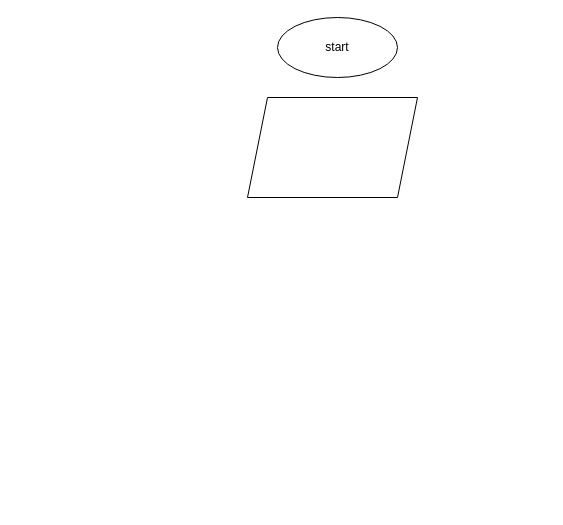
The draw.io diagram Home_Work/FinalTestWork/algoritm.drawio in Nikpell/C_-_Seminar_and_HomeWork, before the edit. Source tidied: cells renumbered, new cells numbered last; positions are measured from the earlier drawing's top-left corner, leaving out a move shared by most shapes. Both pictures are drawn from the tidied source at 100%, with x=0, y=0 at pixel (247, 17).
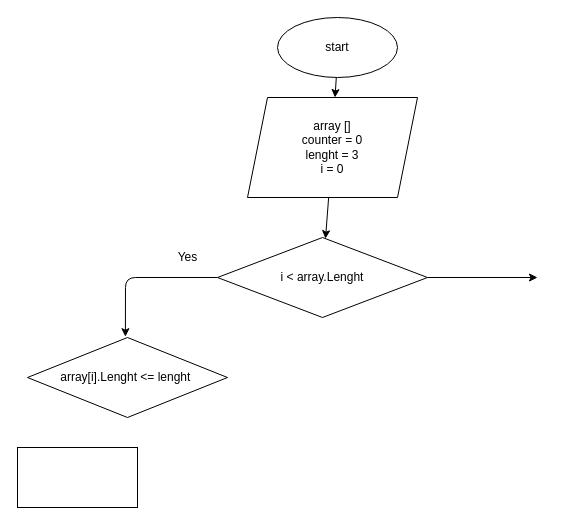
The same page after the edit.

The edit, as a diff of the source:
```diff
@@
 <mxGraphModel>
   <root>
     <mxCell id="0" />
     <mxCell id="1" parent="0" />
+    <mxCell id="4" style="edgeStyle=none;html=1;" parent="1" edge="1" source="2" target="3">
+      <mxGeometry relative="1" as="geometry" />
+    </mxCell>
     <mxCell id="2" value="start" style="ellipse;whiteSpace=wrap;html=1;" parent="1" vertex="1">
       <mxGeometry x="30" width="120" height="60" as="geometry" />
     </mxCell>
+    <mxCell id="5" style="edgeStyle=none;html=1;" parent="1" edge="1" source="3" target="8">
+      <mxGeometry relative="1" as="geometry" />
+    </mxCell>
-    <mxCell id="3" style="shape=parallelogram;perimeter=parallelogramPerimeter;whiteSpace=wrap;html=1;fixedSize=1;" parent="1" vertex="1">
+    <mxCell id="3" value="array []&lt;br&gt;counter = 0&lt;br&gt;lenght = 3&lt;br&gt;i = 0" style="shape=parallelogram;perimeter=parallelogramPerimeter;whiteSpace=wrap;html=1;fixedSize=1;" parent="1" vertex="1">
       <mxGeometry y="80" width="170" height="100" as="geometry" />
     </mxCell>
+    <mxCell id="6" style="edgeStyle=none;html=1;entryX=0.316;entryY=-0.014;entryDx=0;entryDy=0;entryPerimeter=0;exitX=0;exitY=0.5;exitDx=0;exitDy=0;" parent="1" edge="1" source="8">
+      <mxGeometry relative="1" as="geometry">
+        <mxPoint x="-122.1" y="319.2" as="targetPoint" />
+        <Array as="points">
+          <mxPoint x="-122" y="260" />
+        </Array>
+      </mxGeometry>
+    </mxCell>
+    <mxCell id="7" style="edgeStyle=none;html=1;entryX=0;entryY=0.5;entryDx=0;entryDy=0;" parent="1" edge="1" source="8">
+      <mxGeometry relative="1" as="geometry">
+        <mxPoint x="290" y="260" as="targetPoint" />
+      </mxGeometry>
+    </mxCell>
+    <mxCell id="8" value="i &amp;lt; array.Lenght" style="rhombus;whiteSpace=wrap;html=1;" parent="1" vertex="1">
+      <mxGeometry x="-30" y="220" width="210" height="80" as="geometry" />
+    </mxCell>
+    <mxCell id="9" value="Yes" style="text;html=1;align=center;verticalAlign=middle;strokeColor=none;fillColor=none;" parent="1" vertex="1">
+      <mxGeometry x="-75" y="230" width="30" height="20" as="geometry" />
+    </mxCell>
+    <mxCell id="10" value="array[i].Lenght &amp;lt;= lenght&amp;nbsp;" style="rhombus;whiteSpace=wrap;html=1;" parent="1" vertex="1">
+      <mxGeometry x="-220" y="320" width="200" height="80" as="geometry" />
+    </mxCell>
+    <mxCell id="11" style="rounded=0;whiteSpace=wrap;html=1;" parent="1" vertex="1">
+      <mxGeometry x="-230" y="430" width="120" height="60" as="geometry" />
+    </mxCell>
   </root>
 </mxGraphModel>
```
